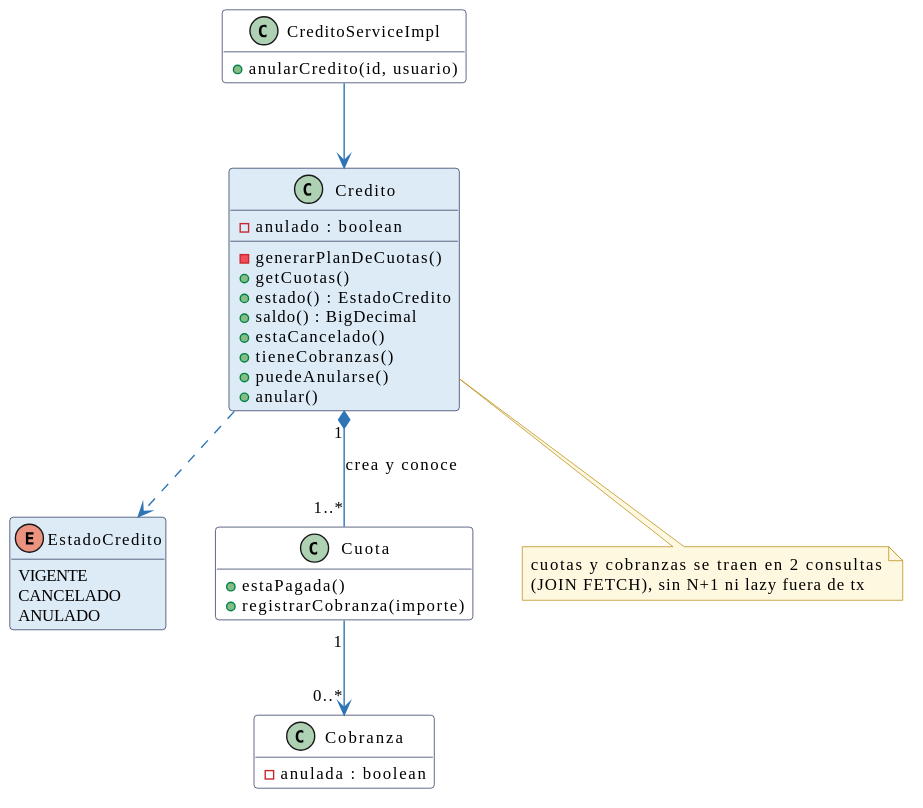
Earlier version of the PlantUML export docs/reporte/puml/m8-despues.svg (andreiveisuade/TPO-ProcesoDesarrolloSoftware-V3). Its source is kept beside it as docs/reporte/puml/m8-despues.puml.
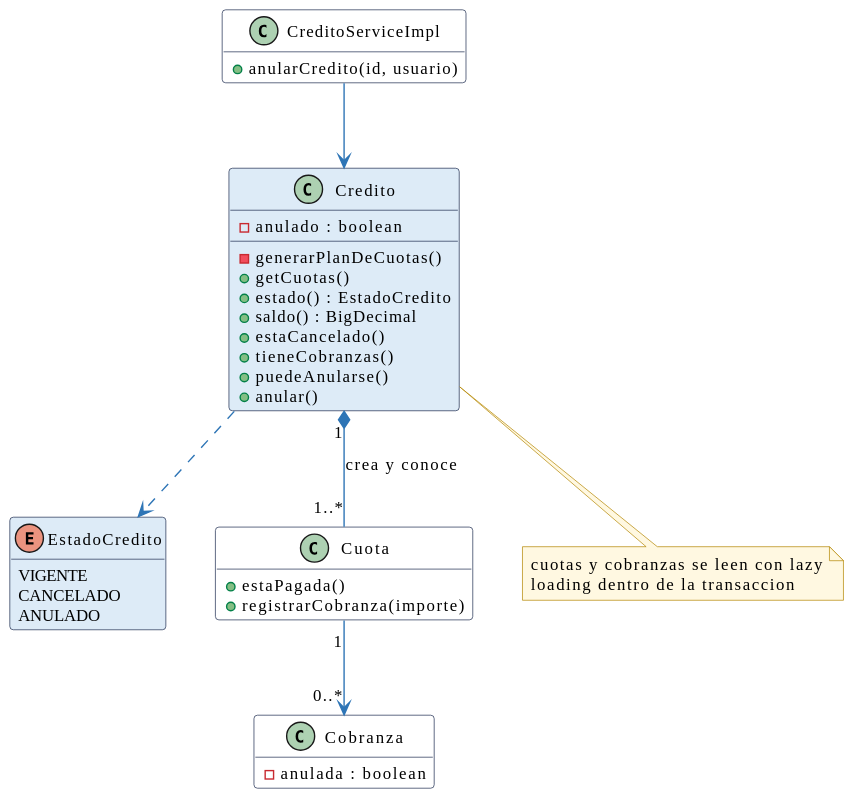
After the commit.

Change to the diagram source:
```diff
@@ -44,7 +44,7 @@
 Cuota "1" --> "0..*" Cobranza
 Credito ..> EstadoCredito
 note bottom of Credito #FFF8E1
-  cuotas y cobranzas se traen en 2 consultas
-  (JOIN FETCH), sin N+1 ni lazy fuera de tx
+  cuotas y cobranzas se leen con lazy
+  loading dentro de la transaccion
 end note
 @enduml
```
